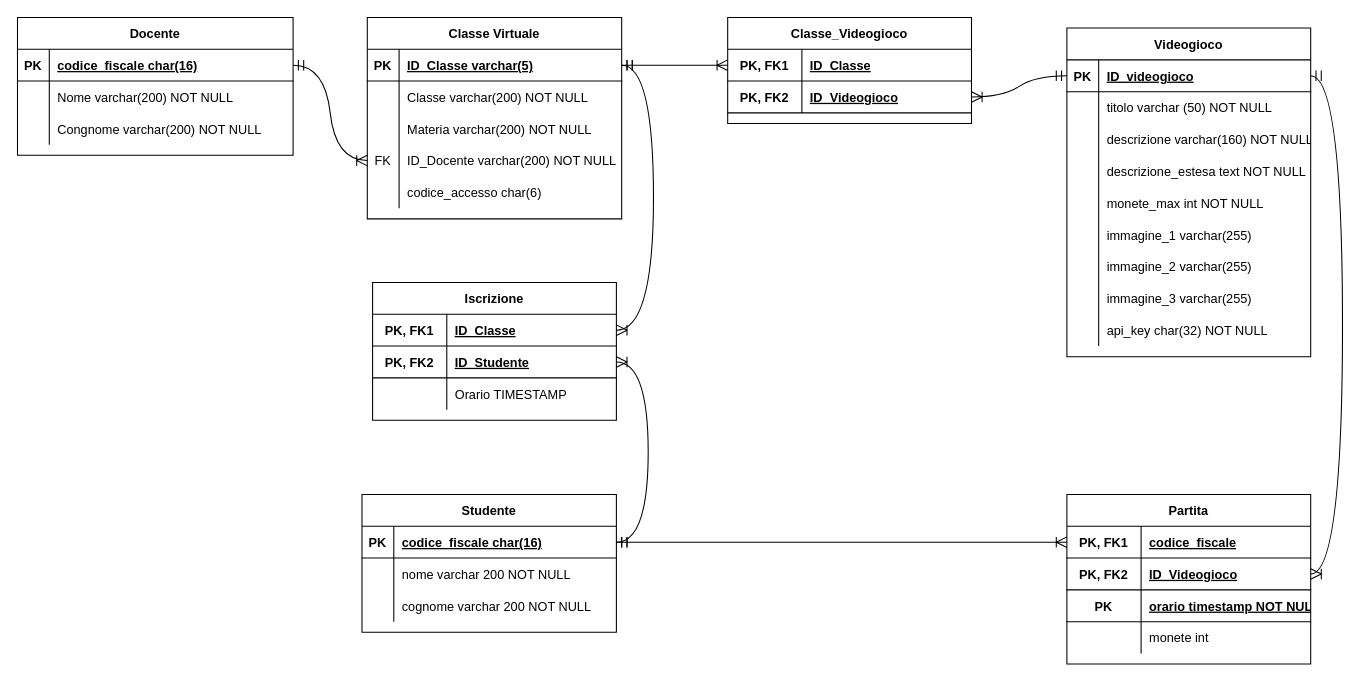
This is Logico.drawio from Smatjoy/Seconda-prova-Info-2023, a draw.io file, before an edit. Source tidied: cells renumbered, new cells numbered last; positions are measured from the earlier drawing's top-left corner, leaving out a move shared by most shapes. Both pictures are drawn from the tidied source at 106%, with x=0, y=0 at pixel (17, 17).
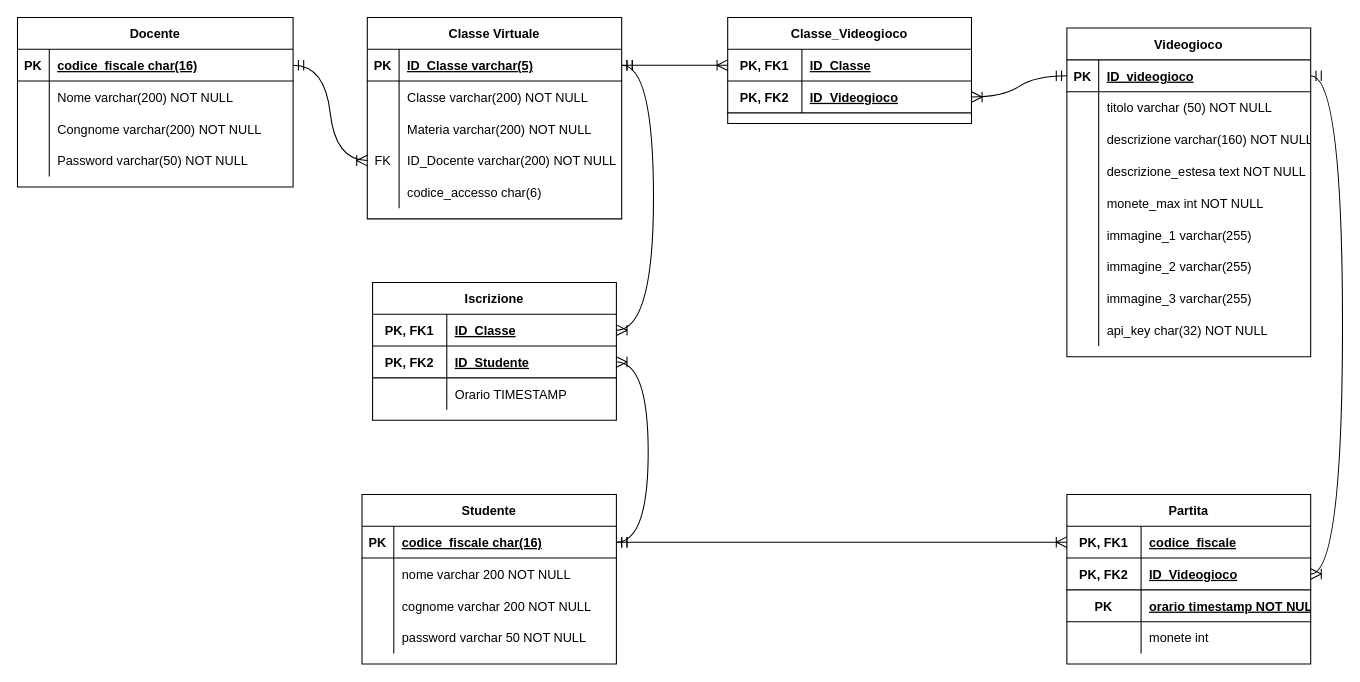
The same page after the edit.

Commit message (it also covers changes not shown here):
Added password attribute because it was missing

Diff of the diagram source:
```diff
@@
     <mxCell id="2" value="Docente" style="shape=table;startSize=30;childLayout=tableLayout;rowLines=0;fontStyle=1;align=center;" parent="1" vertex="1">
-      <mxGeometry width="260" height="130" as="geometry" />
+      <mxGeometry width="260" height="160" as="geometry" />
     </mxCell>
@@
+    <mxCell id="104" style="shape=partialRectangle;fillColor=none;top=0;left=0;right=0;bottom=0;" parent="2" vertex="1">
+      <mxGeometry y="90" width="260" height="30" as="geometry" />
+    </mxCell>
+    <mxCell id="105" style="shape=partialRectangle;overflow=hidden;fillColor=none;top=0;left=0;bottom=0;right=0;" parent="104" vertex="1">
+      <mxGeometry width="30" height="30" as="geometry" />
+    </mxCell>
+    <mxCell id="106" value="Congnome varchar(200) NOT NULL" style="shape=partialRectangle;overflow=hidden;fillColor=none;top=0;left=0;bottom=0;right=0;align=left;spacingLeft=6;" parent="104" vertex="1">
+      <mxGeometry x="30" width="230" height="30" as="geometry" />
+    </mxCell>
     <mxCell id="9" style="shape=partialRectangle;fillColor=none;top=0;left=0;right=0;bottom=0;" parent="2" vertex="1">
-      <mxGeometry y="90" width="260" height="30" as="geometry" />
+      <mxGeometry y="120" width="260" height="30" as="geometry" />
     </mxCell>
@@
-    <mxCell id="11" value="Congnome varchar(200) NOT NULL" style="shape=partialRectangle;overflow=hidden;fillColor=none;top=0;left=0;bottom=0;right=0;align=left;spacingLeft=6;" parent="9" vertex="1">
+    <mxCell id="11" value="Password varchar(50) NOT NULL" style="shape=partialRectangle;overflow=hidden;fillColor=none;top=0;left=0;bottom=0;right=0;align=left;spacingLeft=6;" parent="9" vertex="1">
       <mxGeometry x="30" width="230" height="30" as="geometry" />
     </mxCell>
@@
     <mxCell id="94" value="Studente" style="shape=table;startSize=30;childLayout=tableLayout;rowLines=0;fontStyle=1;align=center;" parent="1" vertex="1">
-      <mxGeometry x="325" y="450" width="240" height="130" as="geometry" />
+      <mxGeometry x="325" y="450" width="240" height="160" as="geometry" />
     </mxCell>
@@
+    <mxCell id="107" style="shape=partialRectangle;fillColor=none;top=0;left=0;right=0;bottom=0;" parent="94" vertex="1">
+      <mxGeometry y="120" width="240" height="30" as="geometry" />
+    </mxCell>
+    <mxCell id="108" style="shape=partialRectangle;overflow=hidden;fillColor=none;top=0;left=0;bottom=0;right=0;" parent="107" vertex="1">
+      <mxGeometry width="30" height="30" as="geometry" />
+    </mxCell>
+    <mxCell id="109" value="password varchar 50 NOT NULL" style="shape=partialRectangle;overflow=hidden;fillColor=none;top=0;left=0;bottom=0;right=0;align=left;spacingLeft=6;" parent="107" vertex="1">
+      <mxGeometry x="30" width="210" height="30" as="geometry" />
+    </mxCell>
```
